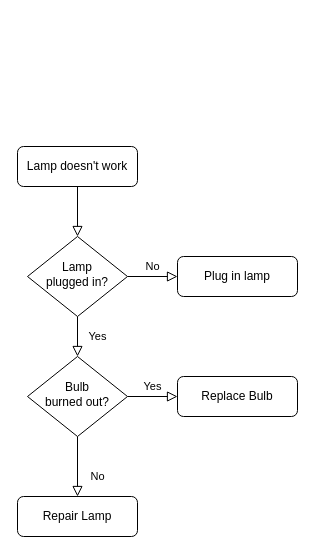
Before: Untitled Diagram.drawio in lleal24/W3School-HTML, a draw.io diagram. Source tidied: cells renumbered, new cells numbered last; positions are measured from the earlier drawing's top-left corner, leaving out a move shared by most shapes. Both pictures are drawn from the tidied source at 100%, with x=0, y=0 at pixel (17, 146).
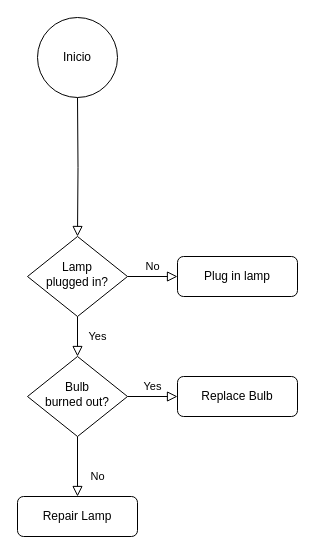
The same diagram, later.

The edit, as a diff of the source:
```diff
@@
 <mxGraphModel>
   <root>
     <mxCell id="0" />
     <mxCell id="1" parent="0" />
-    <mxCell id="2" style="rounded=0;html=1;jettySize=auto;fontSize=11;endArrow=block;endFill=0;endSize=8;strokeWidth=1;shadow=0;labelBackgroundColor=none;edgeStyle=orthogonalEdgeStyle;" parent="1" edge="1" source="3" target="6">
-      <mxGeometry relative="1" as="geometry" />
+    <mxCell id="2" style="rounded=0;html=1;jettySize=auto;fontSize=11;endArrow=block;endFill=0;endSize=8;strokeWidth=1;shadow=0;labelBackgroundColor=none;edgeStyle=orthogonalEdgeStyle;" parent="1" edge="1" target="6">
+      <mxGeometry relative="1" as="geometry">
+        <mxPoint x="60" y="-49" as="sourcePoint" />
+      </mxGeometry>
     </mxCell>
-    <mxCell id="3" value="Lamp doesn't work" style="rounded=1;whiteSpace=wrap;html=1;fontSize=12;glass=0;strokeWidth=1;shadow=0;" parent="1" vertex="1">
-      <mxGeometry width="120" height="40" as="geometry" />
-    </mxCell>
     <mxCell id="4" value="Yes" style="rounded=0;html=1;jettySize=auto;fontSize=11;endArrow=block;endFill=0;endSize=8;strokeWidth=1;shadow=0;labelBackgroundColor=none;edgeStyle=orthogonalEdgeStyle;" parent="1" edge="1" source="6" target="10">
       <mxGeometry y="20" relative="1" as="geometry" />
     </mxCell>
     <mxCell id="5" value="No" style="edgeStyle=orthogonalEdgeStyle;rounded=0;html=1;jettySize=auto;fontSize=11;endArrow=block;endFill=0;endSize=8;strokeWidth=1;shadow=0;labelBackgroundColor=none;" parent="1" edge="1" source="6" target="7">
       <mxGeometry y="10" relative="1" as="geometry" />
     </mxCell>
     <mxCell id="6" value="Lamp&lt;br&gt;plugged in?" style="rhombus;whiteSpace=wrap;html=1;shadow=0;fontFamily=Helvetica;fontSize=12;align=center;strokeWidth=1;spacing=6;spacingTop=-4;" parent="1" vertex="1">
       <mxGeometry x="10" y="90" width="100" height="80" as="geometry" />
     </mxCell>
     <mxCell id="7" value="Plug in lamp" style="rounded=1;whiteSpace=wrap;html=1;fontSize=12;glass=0;strokeWidth=1;shadow=0;" parent="1" vertex="1">
       <mxGeometry x="160" y="110" width="120" height="40" as="geometry" />
     </mxCell>
     <mxCell id="8" value="No" style="rounded=0;html=1;jettySize=auto;fontSize=11;endArrow=block;endFill=0;endSize=8;strokeWidth=1;shadow=0;labelBackgroundColor=none;edgeStyle=orthogonalEdgeStyle;" parent="1" edge="1" source="10" target="11">
       <mxGeometry x="0.33" y="20" relative="1" as="geometry" />
     </mxCell>
     <mxCell id="9" value="Yes" style="edgeStyle=orthogonalEdgeStyle;rounded=0;html=1;jettySize=auto;fontSize=11;endArrow=block;endFill=0;endSize=8;strokeWidth=1;shadow=0;labelBackgroundColor=none;" parent="1" edge="1" source="10" target="12">
       <mxGeometry y="10" relative="1" as="geometry" />
     </mxCell>
     <mxCell id="10" value="Bulb&lt;br&gt;burned out?" style="rhombus;whiteSpace=wrap;html=1;shadow=0;fontFamily=Helvetica;fontSize=12;align=center;strokeWidth=1;spacing=6;spacingTop=-4;" parent="1" vertex="1">
       <mxGeometry x="10" y="210" width="100" height="80" as="geometry" />
     </mxCell>
     <mxCell id="11" value="Repair Lamp" style="rounded=1;whiteSpace=wrap;html=1;fontSize=12;glass=0;strokeWidth=1;shadow=0;" parent="1" vertex="1">
       <mxGeometry y="350" width="120" height="40" as="geometry" />
     </mxCell>
     <mxCell id="12" value="Replace Bulb" style="rounded=1;whiteSpace=wrap;html=1;fontSize=12;glass=0;strokeWidth=1;shadow=0;" parent="1" vertex="1">
       <mxGeometry x="160" y="230" width="120" height="40" as="geometry" />
     </mxCell>
+    <mxCell id="13" value="Inicio" style="ellipse;whiteSpace=wrap;html=1;" parent="1" vertex="1">
+      <mxGeometry x="20" y="-129" width="80" height="80" as="geometry" />
+    </mxCell>
   </root>
 </mxGraphModel>
```
